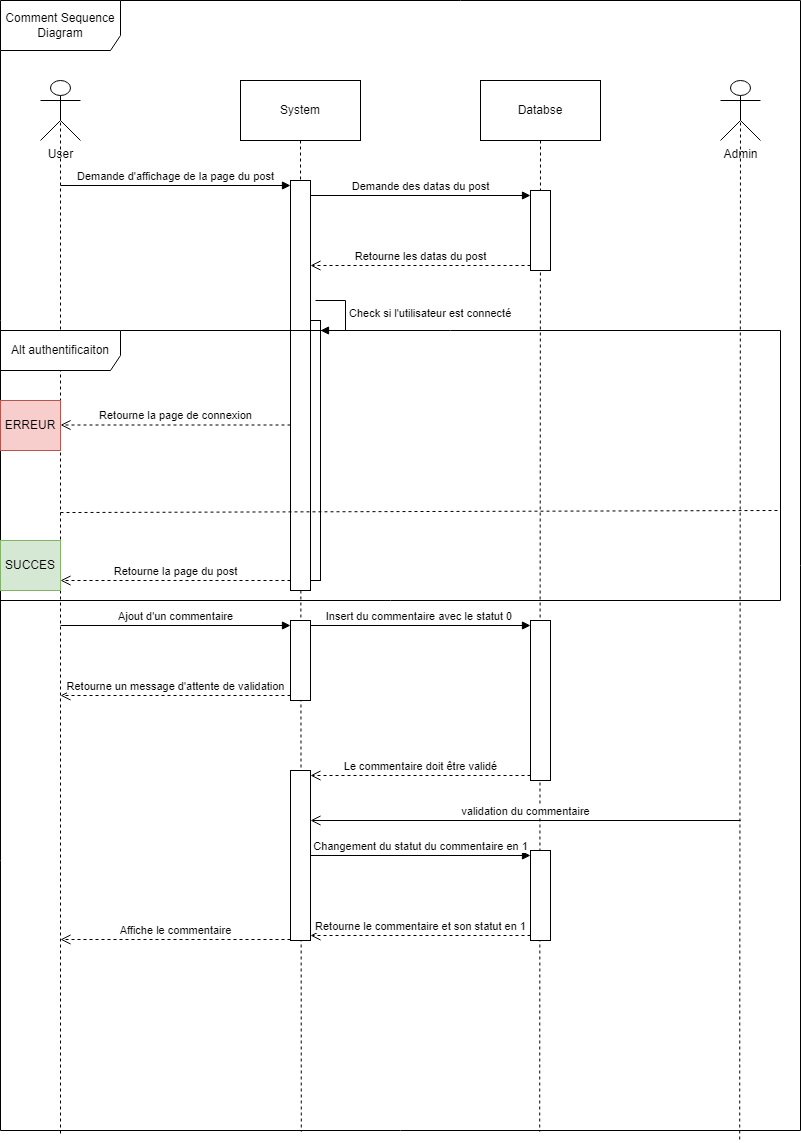
Axel92290/Projet_blog_php keeps this draw.io diagram as diagrammes/Projet_5_CHASSELOUP_Axel_DDS_CommentSequence.png. Above is the earlier version. Source tidied: cells renumbered, new cells last; positions are measured from the earlier drawing's top-left corner, leaving out a move shared by most shapes.
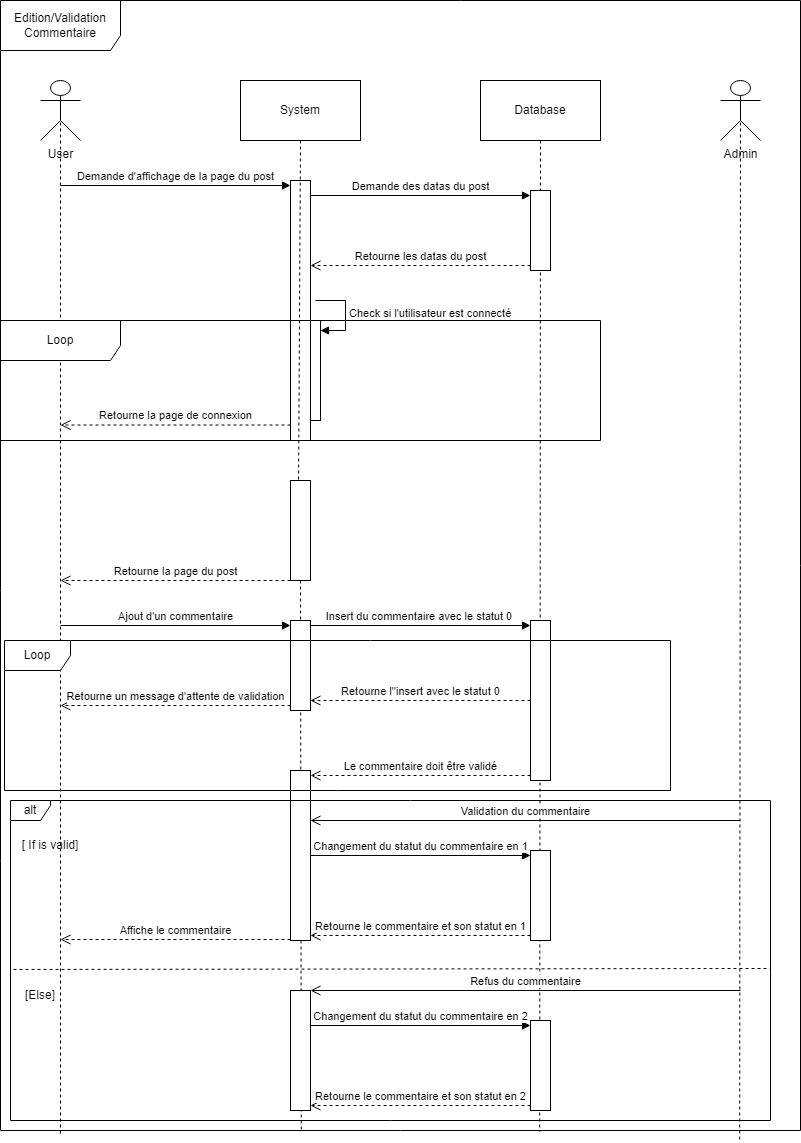
Later version of the same file.

The edit, as a diff of the source:
```diff
@@ -2,7 +2,7 @@
   <root>
     <mxCell id="0" />
     <mxCell id="1" parent="0" />
-    <mxCell id="2" value="Comment Sequence Diagram" style="shape=umlFrame;whiteSpace=wrap;html=1;width=120;height=50;" parent="1" vertex="1">
+    <mxCell id="2" value="Edition/Validation Commentaire" style="shape=umlFrame;whiteSpace=wrap;html=1;width=120;height=50;" parent="1" vertex="1">
       <mxGeometry width="800" height="1130" as="geometry" />
     </mxCell>
     <mxCell id="3" style="rounded=0;jettySize=auto;html=1;exitX=0.5;exitY=0.5;exitDx=0;exitDy=0;exitPerimeter=0;entryX=0.075;entryY=1.004;entryDx=0;entryDy=0;entryPerimeter=0;dashed=1;endArrow=none;endFill=0;" parent="1" edge="1" source="4" target="2">
@@ -17,7 +17,7 @@
     <mxCell id="6" value="Admin" style="shape=umlActor;verticalLabelPosition=bottom;verticalAlign=top;html=1;" parent="1" vertex="1">
       <mxGeometry x="720" y="80" width="40" height="60" as="geometry" />
     </mxCell>
-    <mxCell id="7" style="rounded=0;jettySize=auto;html=1;exitX=0.5;exitY=1;exitDx=0;exitDy=0;entryX=0.376;entryY=1.001;entryDx=0;entryDy=0;entryPerimeter=0;dashed=1;endArrow=none;endFill=0;" parent="1" edge="1" source="8" target="2">
+    <mxCell id="7" style="rounded=0;jettySize=auto;html=1;exitX=0.5;exitY=1;exitDx=0;exitDy=0;entryX=0.376;entryY=1.001;entryDx=0;entryDy=0;entryPerimeter=0;dashed=1;endArrow=none;endFill=0;" parent="1" edge="1" source="37" target="2">
       <mxGeometry relative="1" as="geometry" />
     </mxCell>
     <mxCell id="8" value="System" style="rounded=0;whiteSpace=wrap;html=1;" parent="1" vertex="1">
@@ -26,11 +26,11 @@
     <mxCell id="9" style="rounded=0;jettySize=auto;html=1;exitX=0.5;exitY=1;exitDx=0;exitDy=0;entryX=0.674;entryY=1.001;entryDx=0;entryDy=0;entryPerimeter=0;dashed=1;endArrow=none;endFill=0;" parent="1" edge="1" source="10" target="2">
       <mxGeometry relative="1" as="geometry" />
     </mxCell>
-    <mxCell id="10" value="Databse" style="rounded=0;whiteSpace=wrap;html=1;" parent="1" vertex="1">
+    <mxCell id="10" value="Database" style="rounded=0;whiteSpace=wrap;html=1;" parent="1" vertex="1">
       <mxGeometry x="480" y="80" width="120" height="60" as="geometry" />
     </mxCell>
     <mxCell id="11" style="html=1;points=[[0,0,0,0,5],[0,1,0,0,-5],[1,0,0,0,5],[1,1,0,0,-5]];perimeter=orthogonalPerimeter;outlineConnect=0;targetShapes=umlLifeline;portConstraint=eastwest;newEdgeStyle={&quot;curved&quot;:0,&quot;rounded&quot;:0};" parent="1" vertex="1">
-      <mxGeometry x="290" y="180" width="20" height="410" as="geometry" />
+      <mxGeometry x="290" y="180" width="20" height="260" as="geometry" />
     </mxCell>
     <mxCell id="12" value="Demande d'affichage de la page du post" style="html=1;verticalAlign=bottom;endArrow=block;curved=0;rounded=0;entryX=0;entryY=0;entryDx=0;entryDy=5;" parent="1" edge="1" target="11">
       <mxGeometry relative="1" as="geometry">
@@ -53,7 +53,7 @@
       <mxGeometry relative="1" as="geometry" />
     </mxCell>
     <mxCell id="17" style="html=1;points=[[0,0,0,0,5],[0,1,0,0,-5],[1,0,0,0,5],[1,1,0,0,-5]];perimeter=orthogonalPerimeter;outlineConnect=0;targetShapes=umlLifeline;portConstraint=eastwest;newEdgeStyle={&quot;curved&quot;:0,&quot;rounded&quot;:0};" parent="1" vertex="1">
-      <mxGeometry x="310" y="320" width="10" height="260" as="geometry" />
+      <mxGeometry x="310" y="320" width="10" height="100" as="geometry" />
     </mxCell>
     <mxCell id="18" value="Check si l'utilisateur est connecté" style="html=1;align=left;spacingLeft=2;endArrow=block;rounded=0;edgeStyle=orthogonalEdgeStyle;curved=0;rounded=0;" parent="1" edge="1" target="17">
       <mxGeometry relative="1" as="geometry">
@@ -63,21 +63,9 @@
         </Array>
       </mxGeometry>
     </mxCell>
-    <mxCell id="19" value="Alt authentificaiton" style="shape=umlFrame;whiteSpace=wrap;html=1;width=120;height=40;" parent="1" vertex="1">
-      <mxGeometry y="330" width="780" height="270" as="geometry" />
+    <mxCell id="19" value="Loop" style="shape=umlFrame;whiteSpace=wrap;html=1;width=120;height=40;" parent="1" vertex="1">
+      <mxGeometry y="320" width="600" height="120" as="geometry" />
     </mxCell>
-    <mxCell id="20" style="endArrow=none;dashed=1;html=1;rounded=0;exitX=0;exitY=0.429;exitDx=0;exitDy=0;exitPerimeter=0;entryX=0.999;entryY=0.424;entryDx=0;entryDy=0;entryPerimeter=0;" parent="1" edge="1">
-      <mxGeometry relative="1" as="geometry">
-        <mxPoint x="60" y="512" as="sourcePoint" />
-        <mxPoint x="779.3" y="510" as="targetPoint" />
-      </mxGeometry>
-    </mxCell>
-    <mxCell id="21" value="ERREUR" style="rounded=0;whiteSpace=wrap;html=1;fillColor=#f8cecc;strokeColor=#b85450;" parent="1" vertex="1">
-      <mxGeometry y="400" width="60" height="50" as="geometry" />
-    </mxCell>
-    <mxCell id="22" value="SUCCES" style="rounded=0;whiteSpace=wrap;html=1;fillColor=#d5e8d4;strokeColor=#82b366;" parent="1" vertex="1">
-      <mxGeometry y="540" width="60" height="50" as="geometry" />
-    </mxCell>
     <mxCell id="23" value="Retourne la page de connexion" style="html=1;verticalAlign=bottom;endArrow=open;dashed=1;endSize=8;curved=0;rounded=0;exitX=0;exitY=1;exitDx=0;exitDy=-5;" parent="1" edge="1">
       <mxGeometry relative="1" as="geometry">
         <mxPoint x="290" y="424.5" as="sourcePoint" />
@@ -85,16 +73,16 @@
       </mxGeometry>
     </mxCell>
     <mxCell id="24" style="html=1;points=[[0,0,0,0,5],[0,1,0,0,-5],[1,0,0,0,5],[1,1,0,0,-5]];perimeter=orthogonalPerimeter;outlineConnect=0;targetShapes=umlLifeline;portConstraint=eastwest;newEdgeStyle={&quot;curved&quot;:0,&quot;rounded&quot;:0};" parent="1" vertex="1">
-      <mxGeometry x="290" y="620" width="20" height="80" as="geometry" />
+      <mxGeometry x="290" y="620" width="20" height="90" as="geometry" />
     </mxCell>
     <mxCell id="25" value="Ajout d'un commentaire" style="html=1;verticalAlign=bottom;endArrow=block;curved=0;rounded=0;entryX=0;entryY=0;entryDx=0;entryDy=5;" parent="1" edge="1" target="24">
       <mxGeometry relative="1" as="geometry">
         <mxPoint x="60" y="625" as="sourcePoint" />
       </mxGeometry>
     </mxCell>
-    <mxCell id="26" value="Retourne un message d'attente de validation" style="html=1;verticalAlign=bottom;endArrow=open;dashed=1;endSize=8;curved=0;rounded=0;exitX=0;exitY=1;exitDx=0;exitDy=-5;" parent="1" edge="1" source="24">
+    <mxCell id="26" value="Retourne un message d'attente de validation" style="html=1;verticalAlign=bottom;endArrow=open;dashed=1;endSize=8;curved=0;rounded=0;exitX=0;exitY=1;exitDx=0;exitDy=-5;exitPerimeter=0;" parent="1" edge="1" source="24">
       <mxGeometry relative="1" as="geometry">
-        <mxPoint x="60" y="695" as="targetPoint" />
+        <mxPoint x="60" y="705" as="targetPoint" />
       </mxGeometry>
     </mxCell>
     <mxCell id="27" style="html=1;points=[[0,0,0,0,5],[0,1,0,0,-5],[1,0,0,0,5],[1,1,0,0,-5]];perimeter=orthogonalPerimeter;outlineConnect=0;targetShapes=umlLifeline;portConstraint=eastwest;newEdgeStyle={&quot;curved&quot;:0,&quot;rounded&quot;:0};" parent="1" vertex="1">
@@ -109,7 +97,7 @@
     <mxCell id="30" style="html=1;points=[[0,0,0,0,5],[0,1,0,0,-5],[1,0,0,0,5],[1,1,0,0,-5]];perimeter=orthogonalPerimeter;outlineConnect=0;targetShapes=umlLifeline;portConstraint=eastwest;newEdgeStyle={&quot;curved&quot;:0,&quot;rounded&quot;:0};" parent="1" vertex="1">
       <mxGeometry x="290" y="770" width="20" height="170" as="geometry" />
     </mxCell>
-    <mxCell id="31" value="validation du commentaire" style="html=1;verticalAlign=bottom;endArrow=open;endSize=8;curved=0;rounded=0;" parent="1" edge="1">
+    <mxCell id="31" value="Validation du commentaire" style="html=1;verticalAlign=bottom;endArrow=open;endSize=8;curved=0;rounded=0;" parent="1" edge="1">
       <mxGeometry relative="1" as="geometry">
         <mxPoint x="740" y="820" as="sourcePoint" />
         <mxPoint x="310" y="820" as="targetPoint" />
@@ -130,5 +118,50 @@
         <mxPoint x="60" y="939" as="targetPoint" />
       </mxGeometry>
     </mxCell>
+    <mxCell id="36" style="rounded=0;jettySize=auto;html=1;exitX=0.5;exitY=1;exitDx=0;exitDy=0;entryX=0.376;entryY=1.001;entryDx=0;entryDy=0;entryPerimeter=0;dashed=1;endArrow=none;endFill=0;" parent="1" edge="1" source="8" target="37">
+      <mxGeometry relative="1" as="geometry" />
+    </mxCell>
+    <mxCell id="37" style="html=1;points=[[0,0,0,0,5],[0,1,0,0,-5],[1,0,0,0,5],[1,1,0,0,-5]];perimeter=orthogonalPerimeter;outlineConnect=0;targetShapes=umlLifeline;portConstraint=eastwest;newEdgeStyle={&quot;curved&quot;:0,&quot;rounded&quot;:0};" parent="1" vertex="1">
+      <mxGeometry x="290" y="480" width="20" height="100" as="geometry" />
+    </mxCell>
+    <mxCell id="38" value="Retourne l''insert avec le statut 0" style="html=1;verticalAlign=bottom;endArrow=open;dashed=1;endSize=8;curved=0;rounded=0;exitX=0;exitY=1;exitDx=0;exitDy=-5;" parent="1" edge="1">
+      <mxGeometry relative="1" as="geometry">
+        <mxPoint x="530" y="700" as="sourcePoint" />
+        <mxPoint x="310" y="700" as="targetPoint" />
+      </mxGeometry>
+    </mxCell>
+    <mxCell id="39" value="Loop" style="shape=umlFrame;whiteSpace=wrap;html=1;width=66;height=30;" parent="1" vertex="1">
+      <mxGeometry x="4" y="640" width="666" height="150" as="geometry" />
+    </mxCell>
+    <mxCell id="40" style="html=1;points=[[0,0,0,0,5],[0,1,0,0,-5],[1,0,0,0,5],[1,1,0,0,-5]];perimeter=orthogonalPerimeter;outlineConnect=0;targetShapes=umlLifeline;portConstraint=eastwest;newEdgeStyle={&quot;curved&quot;:0,&quot;rounded&quot;:0};" parent="1" vertex="1">
+      <mxGeometry x="290" y="990" width="20" height="120" as="geometry" />
+    </mxCell>
+    <mxCell id="41" value="Refus du commentaire" style="html=1;verticalAlign=bottom;endArrow=open;endSize=8;curved=0;rounded=0;" parent="1" edge="1">
+      <mxGeometry relative="1" as="geometry">
+        <mxPoint x="740" y="990" as="sourcePoint" />
+        <mxPoint x="310" y="990" as="targetPoint" />
+      </mxGeometry>
+    </mxCell>
+    <mxCell id="42" style="html=1;points=[[0,0,0,0,5],[0,1,0,0,-5],[1,0,0,0,5],[1,1,0,0,-5]];perimeter=orthogonalPerimeter;outlineConnect=0;targetShapes=umlLifeline;portConstraint=eastwest;newEdgeStyle={&quot;curved&quot;:0,&quot;rounded&quot;:0};" parent="1" vertex="1">
+      <mxGeometry x="530" y="1020" width="20" height="90" as="geometry" />
+    </mxCell>
+    <mxCell id="43" value="Changement du statut du commentaire en 2" style="html=1;verticalAlign=bottom;endArrow=block;curved=0;rounded=0;entryX=0;entryY=0;entryDx=0;entryDy=5;" parent="1" edge="1" source="40" target="42">
+      <mxGeometry relative="1" as="geometry" />
+    </mxCell>
+    <mxCell id="44" value="Retourne le commentaire et son statut en 2" style="html=1;verticalAlign=bottom;endArrow=open;dashed=1;endSize=8;curved=0;rounded=0;exitX=0;exitY=1;exitDx=0;exitDy=-5;entryX=1;entryY=1;entryDx=0;entryDy=-5;entryPerimeter=0;" parent="1" edge="1" source="42" target="40">
+      <mxGeometry relative="1" as="geometry" />
+    </mxCell>
+    <mxCell id="45" value="alt" style="shape=umlFrame;whiteSpace=wrap;html=1;width=40;height=20;" parent="1" vertex="1">
+      <mxGeometry x="10" y="800" width="760" height="320" as="geometry" />
+    </mxCell>
+    <mxCell id="46" style="endArrow=none;dashed=1;html=1;rounded=0;exitX=0.004;exitY=0.528;exitDx=0;exitDy=0;exitPerimeter=0;entryX=0.999;entryY=0.525;entryDx=0;entryDy=0;entryPerimeter=0;" parent="1" edge="1" source="45" target="45">
+      <mxGeometry relative="1" as="geometry" />
+    </mxCell>
+    <mxCell id="47" value="[ If is valid]" style="text;html=1;strokeColor=none;fillColor=none;align=center;verticalAlign=middle;whiteSpace=wrap;rounded=0;" parent="1" vertex="1">
+      <mxGeometry x="10" y="830" width="80" height="30" as="geometry" />
+    </mxCell>
+    <mxCell id="48" value="[Else]" style="text;html=1;strokeColor=none;fillColor=none;align=center;verticalAlign=middle;whiteSpace=wrap;rounded=0;" parent="1" vertex="1">
+      <mxGeometry y="980" width="80" height="30" as="geometry" />
+    </mxCell>
   </root>
 </mxGraphModel>
```
